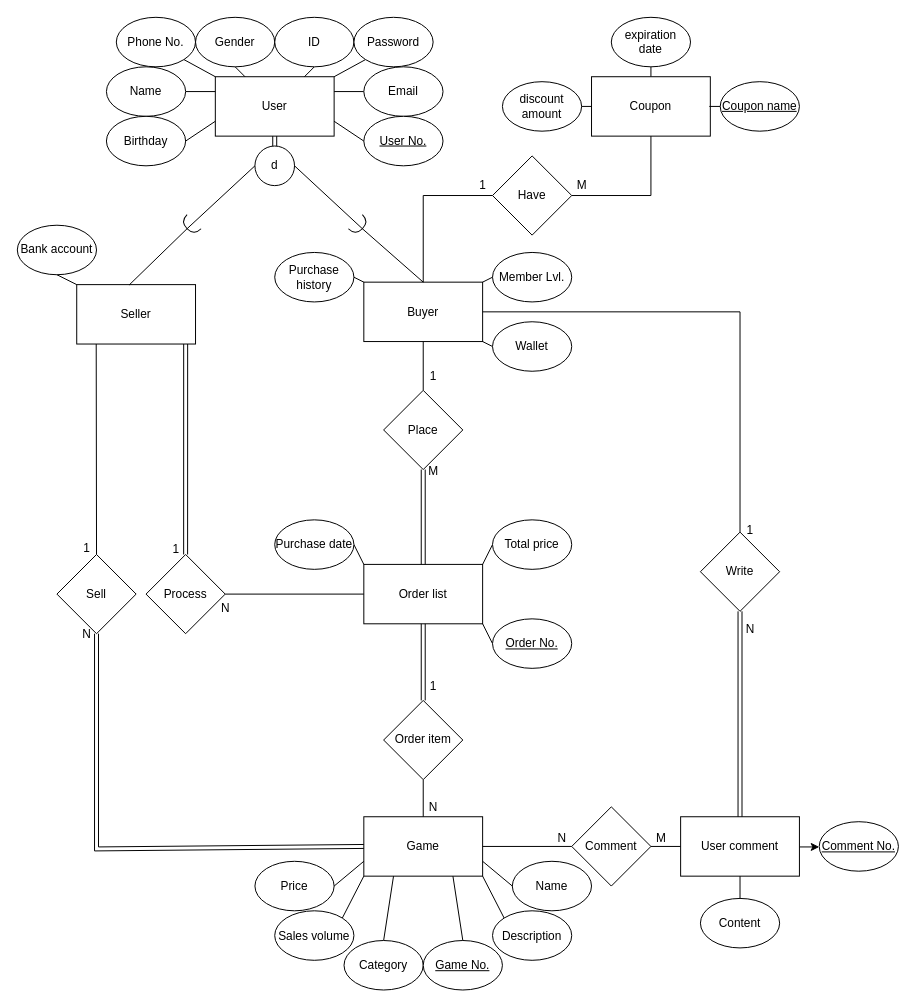
Before: page "ER Diagram" (2 of 3) of DBMS.drawio in 13urgerKing/109-1DBMS, a draw.io diagram. Source tidied: cells renumbered, new cells numbered last; positions are measured from the earlier drawing's top-left corner, leaving out a move shared by most shapes. Both pictures are drawn from the tidied source at 99%, with x=0, y=0 at pixel (17, 17).
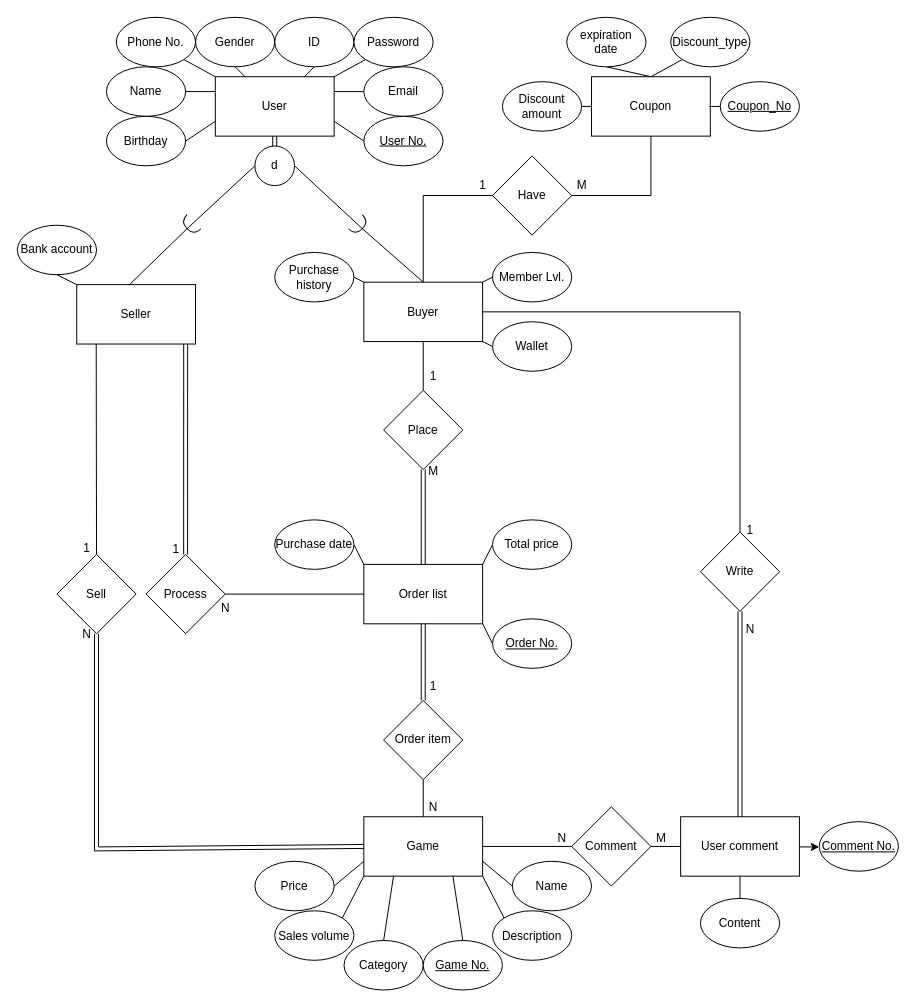
The same diagram, later.

The change refers to these unchanged cells:
```xml
<mxCell id="94" value="Coupon" style="rounded=0;whiteSpace=wrap;html=1;" parent="1" vertex="1">
  <mxGeometry x="580" y="60" width="120" height="60" as="geometry" />
</mxCell>
```

Diff of the diagram source:
```diff
@@
-    <mxCell id="93" style="edgeStyle=orthogonalEdgeStyle;rounded=0;jettySize=auto;html=1;exitX=0.5;exitY=0;exitDx=0;exitDy=0;entryX=0.5;entryY=1;entryDx=0;entryDy=0;endArrow=none;endFill=0;" parent="1" edge="1" source="94" target="97">
+    <mxCell id="93" style="rounded=0;jettySize=auto;html=1;exitX=0.5;exitY=0;exitDx=0;exitDy=0;entryX=0.5;entryY=1;entryDx=0;entryDy=0;endArrow=none;endFill=0;" parent="1" edge="1" source="94" target="97">
       <mxGeometry relative="1" as="geometry" />
     </mxCell>
+    <mxCell id="105" style="rounded=0;jettySize=auto;html=1;exitX=0.5;exitY=0;exitDx=0;exitDy=0;entryX=0;entryY=1;entryDx=0;entryDy=0;endArrow=none;endFill=0;" parent="1" edge="1" source="94" target="106">
+      <mxGeometry relative="1" as="geometry" />
+    </mxCell>
@@
-    <mxCell id="95" value="&lt;u&gt;Coupon name&lt;/u&gt;" style="ellipse;whiteSpace=wrap;html=1;" parent="1" vertex="1">
+    <mxCell id="95" value="&lt;u&gt;Coupon_No&lt;/u&gt;" style="ellipse;whiteSpace=wrap;html=1;" parent="1" vertex="1">
       <mxGeometry x="710" y="65" width="80" height="50" as="geometry" />
     </mxCell>
@@
     <mxCell id="97" value="expiration date" style="ellipse;whiteSpace=wrap;html=1;" parent="1" vertex="1">
-      <mxGeometry x="600" width="80" height="50" as="geometry" />
+      <mxGeometry x="555" width="80" height="50" as="geometry" />
     </mxCell>
-    <mxCell id="98" value="discount amount" style="ellipse;whiteSpace=wrap;html=1;" parent="1" vertex="1">
+    <mxCell id="98" value="Discount&lt;br&gt;amount" style="ellipse;whiteSpace=wrap;html=1;" parent="1" vertex="1">
       <mxGeometry x="490" y="65" width="80" height="50" as="geometry" />
     </mxCell>
@@
+    <mxCell id="106" value="Discount_type" style="ellipse;whiteSpace=wrap;html=1;" parent="1" vertex="1">
+      <mxGeometry x="660" width="80" height="50" as="geometry" />
+    </mxCell>
```
